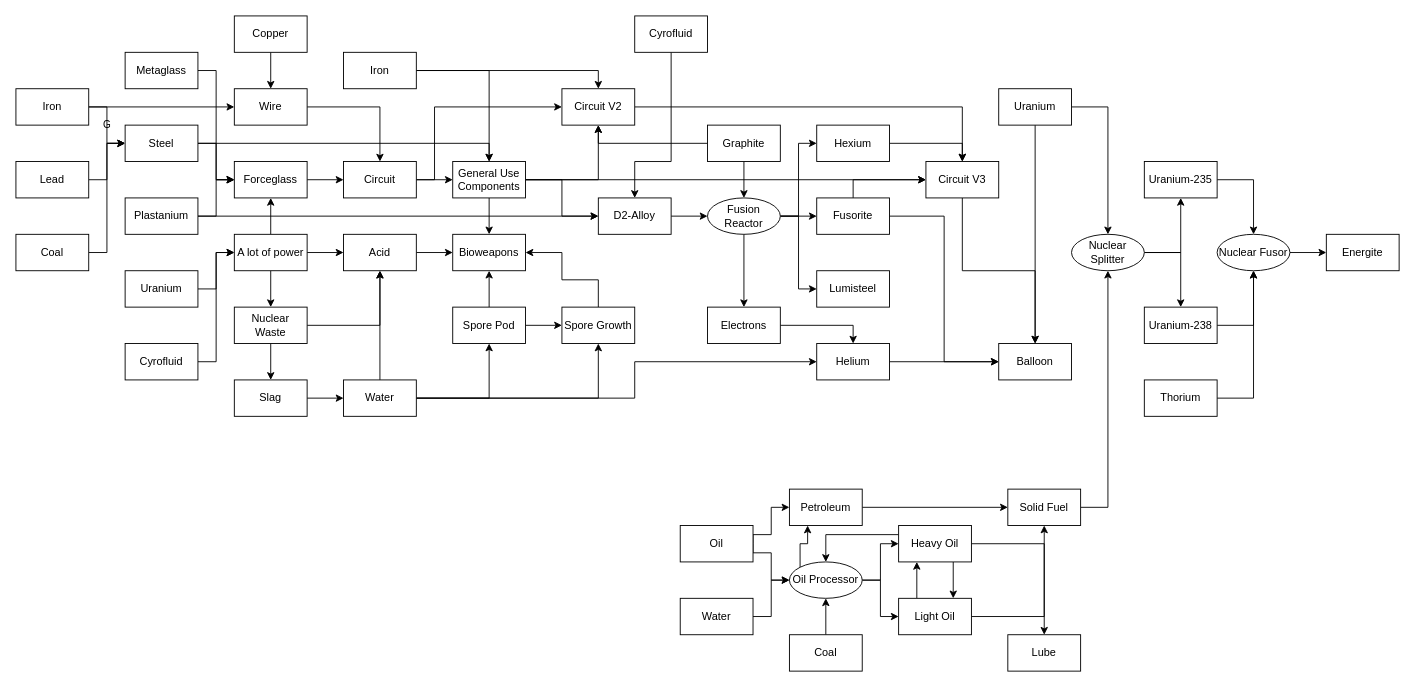
The draw.io diagram folder1/Untitled Diagram.drawio in NimsiTheBest/Flowcharts, before the edit. Source tidied: cells renumbered, new cells numbered last; positions are measured from the earlier drawing's top-left corner, leaving out a move shared by most shapes. Both pictures are drawn from the tidied source at 91%, with x=0, y=0 at pixel (15, 15).
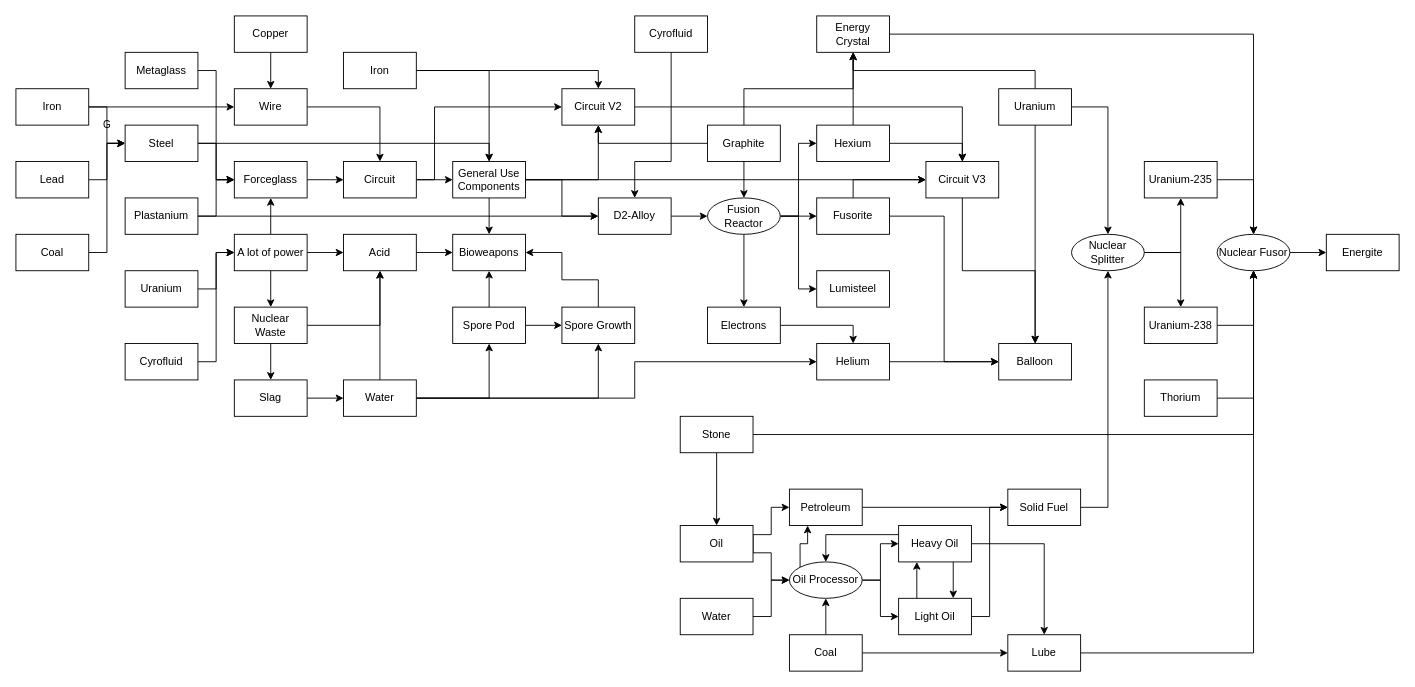
The same page after the edit.

The change refers to these unchanged cells:
```xml
<mxCell id="68" value="Graphite" style="rounded=0;whiteSpace=wrap;html=1;" parent="1" vertex="1">
  <mxGeometry x="760" y="120" width="80" height="40" as="geometry" />
</mxCell>
<mxCell id="79" value="Hexium" style="rounded=0;whiteSpace=wrap;html=1;" parent="1" vertex="1">
  <mxGeometry x="880" y="120" width="80" height="40" as="geometry" />
</mxCell>
<mxCell id="88" value="Uranium" style="rounded=0;whiteSpace=wrap;html=1;labelBackgroundColor=none;" parent="1" vertex="1">
  <mxGeometry x="1080" y="80" width="80" height="40" as="geometry" />
</mxCell>
<mxCell id="98" value="Nuclear Fusor" style="ellipse;whiteSpace=wrap;html=1;" parent="1" vertex="1">
  <mxGeometry x="1320" y="240" width="80" height="40" as="geometry" />
</mxCell>
<mxCell id="104" value="Oil" style="rounded=0;whiteSpace=wrap;html=1;" parent="1" vertex="1">
  <mxGeometry x="730" y="560" width="80" height="40" as="geometry" />
</mxCell>
<mxCell id="119" value="Light Oil" style="rounded=0;whiteSpace=wrap;html=1;" parent="1" vertex="1">
  <mxGeometry x="970" y="640" width="80" height="40" as="geometry" />
</mxCell>
<mxCell id="121" value="Coal" style="rounded=0;whiteSpace=wrap;html=1;" parent="1" vertex="1">
  <mxGeometry x="850" y="680" width="80" height="40" as="geometry" />
</mxCell>
<mxCell id="122" value="Lube" style="rounded=0;whiteSpace=wrap;html=1;" parent="1" vertex="1">
  <mxGeometry x="1090" y="680" width="80" height="40" as="geometry" />
</mxCell>
<mxCell id="124" value="Solid Fuel" style="rounded=0;whiteSpace=wrap;html=1;" parent="1" vertex="1">
  <mxGeometry x="1090" y="520" width="80" height="40" as="geometry" />
</mxCell>
```

Diff of the diagram source:
```diff
@@
+    <mxCell id="125" style="edgeStyle=orthogonalEdgeStyle;rounded=0;jettySize=auto;html=1;exitX=0.5;exitY=0;exitDx=0;exitDy=0;entryX=0.5;entryY=1;entryDx=0;entryDy=0;" parent="1" edge="1" source="68" target="131">
+      <mxGeometry relative="1" as="geometry" />
+    </mxCell>
@@
+    <mxCell id="126" style="edgeStyle=orthogonalEdgeStyle;rounded=0;jettySize=auto;html=1;exitX=0.5;exitY=0;exitDx=0;exitDy=0;" parent="1" edge="1" source="79" target="131">
+      <mxGeometry relative="1" as="geometry" />
+    </mxCell>
@@
+    <mxCell id="127" style="edgeStyle=orthogonalEdgeStyle;rounded=0;jettySize=auto;html=1;exitX=0.5;exitY=0;exitDx=0;exitDy=0;entryX=0.5;entryY=1;entryDx=0;entryDy=0;" parent="1" edge="1" source="88" target="131">
+      <mxGeometry relative="1" as="geometry" />
+    </mxCell>
@@
-    <mxCell id="118" style="edgeStyle=orthogonalEdgeStyle;rounded=0;jettySize=auto;html=1;exitX=1;exitY=0.5;exitDx=0;exitDy=0;entryX=0.5;entryY=1;entryDx=0;entryDy=0;" parent="1" edge="1" source="119" target="124">
+    <mxCell id="118" style="edgeStyle=orthogonalEdgeStyle;rounded=0;jettySize=auto;html=1;exitX=1;exitY=0.5;exitDx=0;exitDy=0;entryX=0;entryY=0.5;entryDx=0;entryDy=0;" parent="1" edge="1" source="119" target="124">
       <mxGeometry relative="1" as="geometry" />
     </mxCell>
@@
+    <mxCell id="128" style="edgeStyle=orthogonalEdgeStyle;rounded=0;jettySize=auto;html=1;exitX=1;exitY=0.5;exitDx=0;exitDy=0;" parent="1" edge="1" source="121" target="122">
+      <mxGeometry relative="1" as="geometry" />
+    </mxCell>
@@
+    <mxCell id="129" style="edgeStyle=orthogonalEdgeStyle;rounded=0;jettySize=auto;html=1;exitX=1;exitY=0.5;exitDx=0;exitDy=0;entryX=0.5;entryY=1;entryDx=0;entryDy=0;" parent="1" edge="1" source="122" target="98">
+      <mxGeometry relative="1" as="geometry" />
+    </mxCell>
@@
+    <mxCell id="130" style="edgeStyle=orthogonalEdgeStyle;rounded=0;jettySize=auto;html=1;exitX=1;exitY=0.5;exitDx=0;exitDy=0;entryX=0.5;entryY=0;entryDx=0;entryDy=0;" parent="1" edge="1" source="131" target="98">
+      <mxGeometry relative="1" as="geometry" />
+    </mxCell>
+    <mxCell id="131" value="Energy Crystal" style="rounded=0;whiteSpace=wrap;html=1;" parent="1" vertex="1">
+      <mxGeometry x="880" width="80" height="40" as="geometry" />
+    </mxCell>
+    <mxCell id="132" style="edgeStyle=orthogonalEdgeStyle;rounded=0;jettySize=auto;html=1;exitX=0.5;exitY=1;exitDx=0;exitDy=0;entryX=0.5;entryY=0;entryDx=0;entryDy=0;" parent="1" edge="1" source="134" target="104">
+      <mxGeometry relative="1" as="geometry" />
+    </mxCell>
+    <mxCell id="133" style="edgeStyle=orthogonalEdgeStyle;rounded=0;jettySize=auto;html=1;exitX=1;exitY=0.5;exitDx=0;exitDy=0;entryX=0.5;entryY=1;entryDx=0;entryDy=0;" parent="1" edge="1" source="134" target="98">
+      <mxGeometry relative="1" as="geometry" />
+    </mxCell>
+    <mxCell id="134" value="Stone" style="rounded=0;whiteSpace=wrap;html=1;" parent="1" vertex="1">
+      <mxGeometry x="730" y="440" width="80" height="40" as="geometry" />
+    </mxCell>
```
